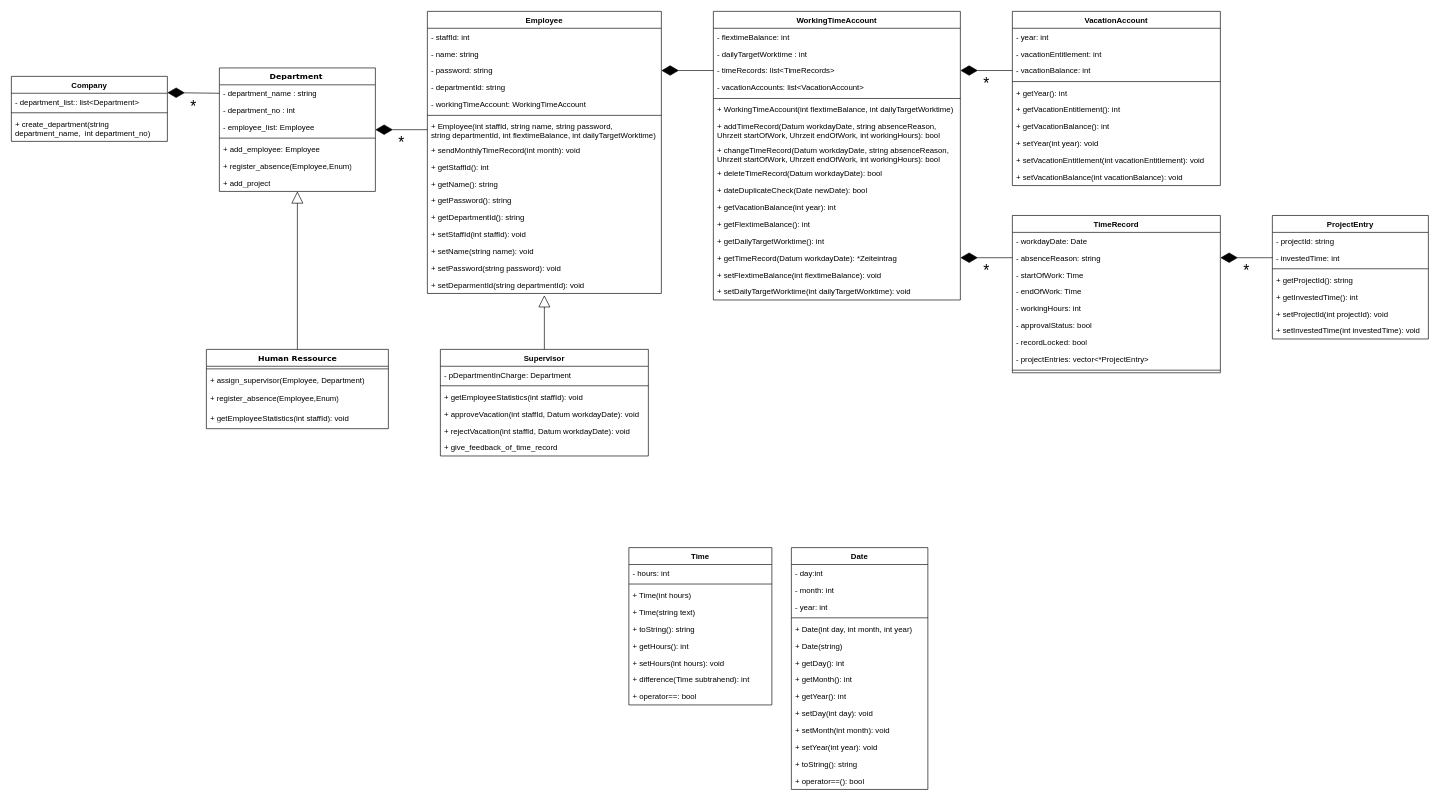
Above: class_diagram.drawio in rebaman/swt_project (draw.io), before the change. Source tidied: cells renumbered, new cells numbered last; positions are measured from the earlier drawing's top-left corner, leaving out a move shared by most shapes. Both pictures are drawn from the tidied source at 65%, with x=0, y=0 at pixel (11, 11).
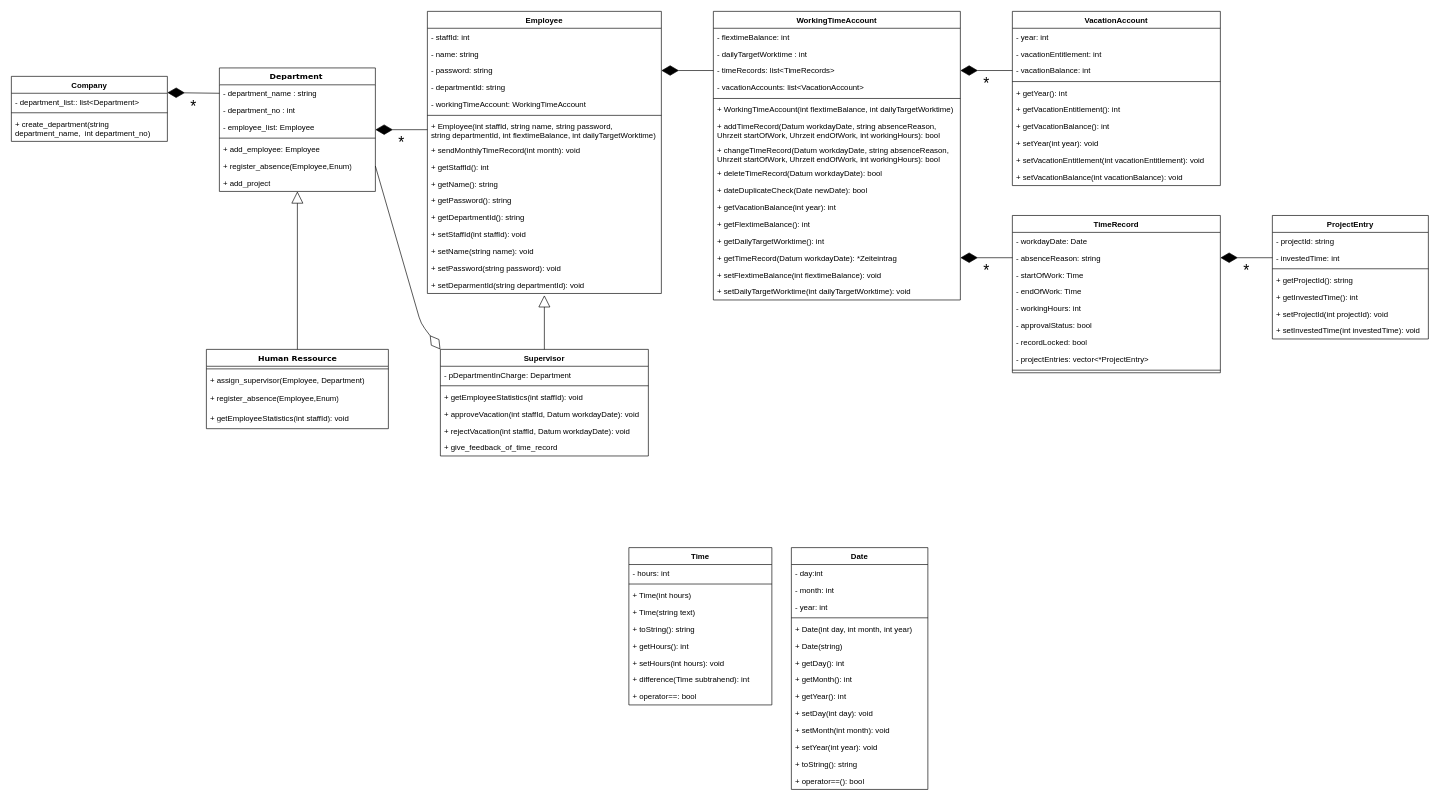
After the change.

Unchanged cells that the change refers to:
```xml
<mxCell id="91" value="Supervisor" style="swimlane;fontStyle=1;align=center;verticalAlign=top;horizontal=1;startSize=26;fontSize=12;" parent="1" vertex="1">
  <mxGeometry x="660" y="520" width="320" height="164" as="geometry" />
</mxCell>
<mxCell id="107" value="+ register_absence(Employee,Enum)" style="text;html=1;strokeColor=none;fillColor=none;align=left;verticalAlign=top;spacingLeft=4;spacingRight=4;whiteSpace=wrap;overflow=hidden;points=[[0,0.5],[1,0.5]];portConstraint=eastwest;" parent="101" vertex="1">
  <mxGeometry y="138" width="240" height="26" as="geometry" />
</mxCell>
```

What changed in the source:
```diff
@@
+    <mxCell id="122" style="endArrow=diamondThin;endFill=0;endSize=24;html=1;exitX=1;exitY=0.5;exitDx=0;exitDy=0;entryX=0;entryY=0;entryDx=0;entryDy=0;" parent="1" edge="1" source="107" target="91">
+      <mxGeometry relative="1" as="geometry">
+        <Array as="points">
+          <mxPoint x="630" y="480" />
+        </Array>
+      </mxGeometry>
+    </mxCell>
```
